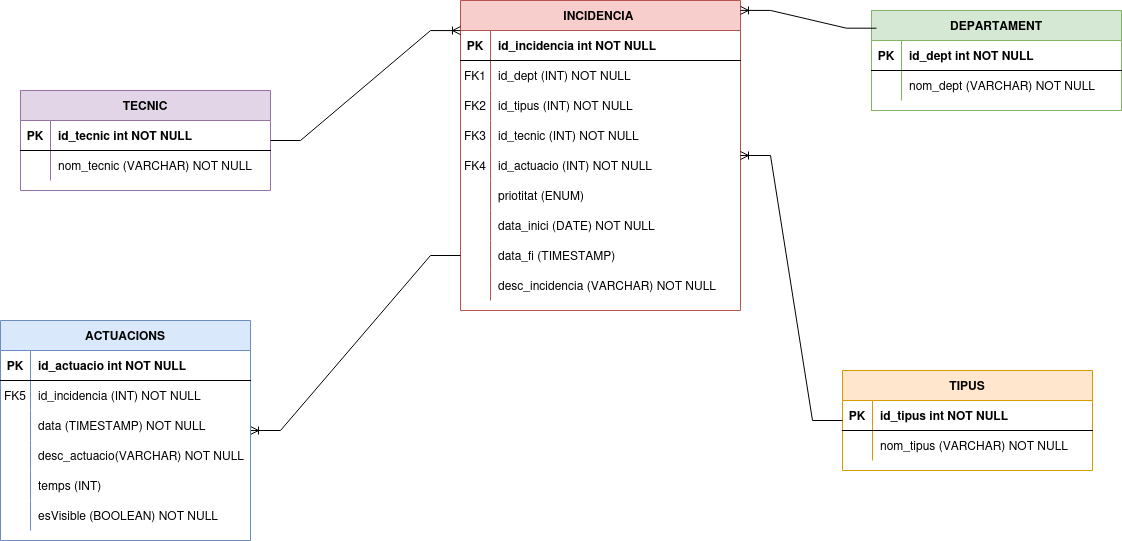
The draw.io diagram diagrames/modelER_incidencia.drawio.png in inspedralbes/projecte-1daw-25-26-daw1pj_patri_jc, before a commit. Source tidied: cells renumbered, new cells last; positions are measured from the earlier drawing's top-left corner, leaving out a move shared by most shapes.
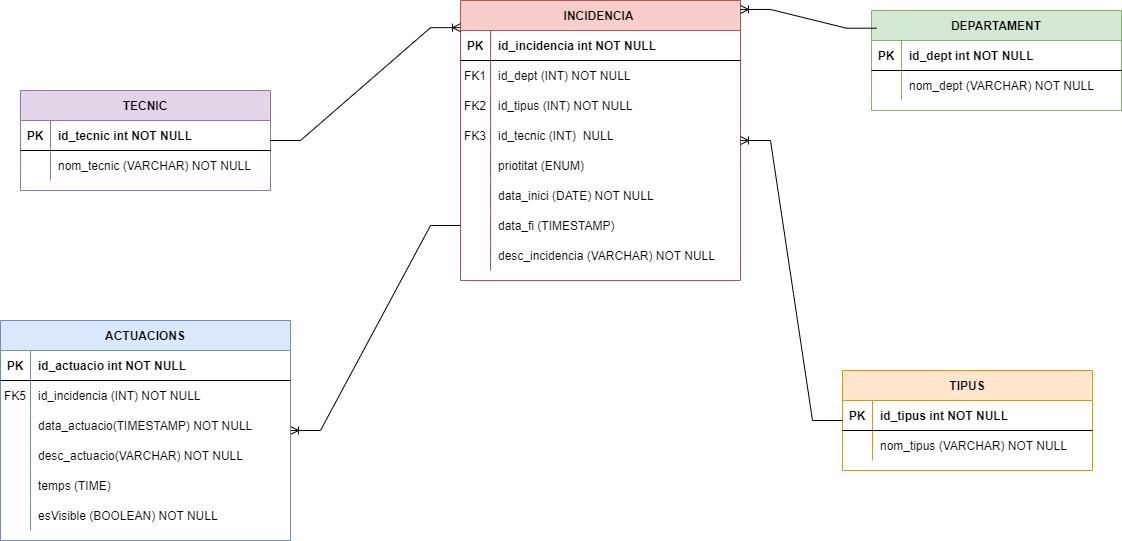
The same file after the commit.

What changed in the source:
```diff
@@ -24,7 +24,7 @@
       <mxGeometry x="30" width="220" height="30" as="geometry" />
     </mxCell>
     <mxCell id="9" value="INCIDENCIA " style="shape=table;startSize=30;rowLines=0;fontStyle=1;align=center;fillColor=#f8cecc;strokeColor=#b85450;" parent="1" vertex="1">
-      <mxGeometry x="460" width="280" height="310" as="geometry" />
+      <mxGeometry x="460" width="280" height="280" as="geometry" />
     </mxCell>
     <mxCell id="10" style="shape=partialRectangle;fillColor=none;top=0;left=0;right=0;bottom=1;" parent="9" vertex="1">
       <mxGeometry y="30" width="280" height="30" as="geometry" />
@@ -59,20 +59,11 @@
     <mxCell id="20" value="FK3" style="shape=partialRectangle;overflow=hidden;fillColor=none;top=0;left=0;bottom=0;right=0;" parent="19" vertex="1">
       <mxGeometry width="30" height="30" as="geometry" />
     </mxCell>
-    <mxCell id="21" value="id_tecnic (INT) NOT NULL" style="shape=partialRectangle;overflow=hidden;fillColor=none;top=0;left=0;bottom=0;right=0;align=left;spacingLeft=6;" parent="19" vertex="1">
+    <mxCell id="21" value="id_tecnic (INT)  NULL" style="shape=partialRectangle;overflow=hidden;fillColor=none;top=0;left=0;bottom=0;right=0;align=left;spacingLeft=6;" parent="19" vertex="1">
       <mxGeometry x="30" width="250" height="30" as="geometry" />
     </mxCell>
-    <mxCell id="22" style="shape=partialRectangle;fillColor=none;top=0;left=0;right=0;bottom=0;" parent="9" vertex="1">
-      <mxGeometry y="150" width="280" height="30" as="geometry" />
-    </mxCell>
-    <mxCell id="23" value="FK4" style="shape=partialRectangle;overflow=hidden;fillColor=none;top=0;left=0;bottom=0;right=0;" parent="22" vertex="1">
-      <mxGeometry width="30" height="30" as="geometry" />
-    </mxCell>
-    <mxCell id="24" value="id_actuacio (INT) NOT NULL" style="shape=partialRectangle;overflow=hidden;fillColor=none;top=0;left=0;bottom=0;right=0;align=left;spacingLeft=6;" parent="22" vertex="1">
-      <mxGeometry x="30" width="250" height="30" as="geometry" />
-    </mxCell>
     <mxCell id="25" style="shape=partialRectangle;fillColor=none;top=0;left=0;right=0;bottom=0;" parent="9" vertex="1">
-      <mxGeometry y="180" width="280" height="30" as="geometry" />
+      <mxGeometry y="150" width="280" height="30" as="geometry" />
     </mxCell>
     <mxCell id="26" style="shape=partialRectangle;overflow=hidden;fillColor=none;top=0;left=0;bottom=0;right=0;" parent="25" vertex="1">
       <mxGeometry width="30" height="30" as="geometry" />
@@ -81,7 +72,7 @@
       <mxGeometry x="30" width="250" height="30" as="geometry" />
     </mxCell>
     <mxCell id="28" style="shape=partialRectangle;fillColor=none;top=0;left=0;right=0;bottom=0;" parent="9" vertex="1">
-      <mxGeometry y="210" width="280" height="30" as="geometry" />
+      <mxGeometry y="180" width="280" height="30" as="geometry" />
     </mxCell>
     <mxCell id="29" style="shape=partialRectangle;overflow=hidden;fillColor=none;top=0;left=0;bottom=0;right=0;" parent="28" vertex="1">
       <mxGeometry width="30" height="30" as="geometry" />
@@ -90,7 +81,7 @@
       <mxGeometry x="30" width="250" height="30" as="geometry" />
     </mxCell>
     <mxCell id="31" style="shape=partialRectangle;fillColor=none;points=[[0,0.5],[1,0.5]];portConstraint=eastwest;top=0;left=0;right=0;bottom=0;" parent="9" vertex="1">
-      <mxGeometry y="240" width="280" height="30" as="geometry" />
+      <mxGeometry y="210" width="280" height="30" as="geometry" />
     </mxCell>
     <mxCell id="32" style="shape=partialRectangle;overflow=hidden;fillColor=none;top=0;left=0;bottom=0;right=0;" parent="31" vertex="1">
       <mxGeometry width="30" height="30" as="geometry" />
@@ -99,7 +90,7 @@
       <mxGeometry x="30" width="250" height="30" as="geometry" />
     </mxCell>
     <mxCell id="34" style="shape=partialRectangle;fillColor=none;top=0;left=0;right=0;bottom=0;" parent="9" vertex="1">
-      <mxGeometry y="270" width="280" height="30" as="geometry" />
+      <mxGeometry y="240" width="280" height="30" as="geometry" />
     </mxCell>
     <mxCell id="35" style="shape=partialRectangle;overflow=hidden;fillColor=none;top=0;left=0;bottom=0;right=0;" parent="34" vertex="1">
       <mxGeometry width="30" height="30" as="geometry" />
@@ -162,61 +153,61 @@
       <mxGeometry relative="1" as="geometry" />
     </mxCell>
     <mxCell id="55" value="ACTUACIONS" style="shape=table;startSize=30;rowLines=0;fontStyle=1;align=center;fillColor=#dae8fc;strokeColor=#6c8ebf;" parent="1" vertex="1">
-      <mxGeometry y="320" width="250" height="220" as="geometry" />
+      <mxGeometry y="320" width="290" height="220" as="geometry" />
     </mxCell>
     <mxCell id="56" style="shape=partialRectangle;fillColor=none;top=0;left=0;right=0;bottom=1;" parent="55" vertex="1">
-      <mxGeometry y="30" width="250" height="30" as="geometry" />
+      <mxGeometry y="30" width="290" height="30" as="geometry" />
     </mxCell>
     <mxCell id="57" value="PK" style="shape=partialRectangle;overflow=hidden;fillColor=none;top=0;left=0;bottom=0;right=0;fontStyle=1;" parent="56" vertex="1">
       <mxGeometry width="30" height="30" as="geometry" />
     </mxCell>
     <mxCell id="58" value="id_actuacio int NOT NULL " style="shape=partialRectangle;overflow=hidden;fillColor=none;top=0;left=0;bottom=0;right=0;align=left;spacingLeft=6;fontStyle=1;" parent="56" vertex="1">
-      <mxGeometry x="30" width="220" height="30" as="geometry" />
+      <mxGeometry x="30" width="260" height="30" as="geometry" />
     </mxCell>
     <mxCell id="59" style="shape=partialRectangle;fillColor=none;top=0;left=0;right=0;bottom=0;" parent="55" vertex="1">
-      <mxGeometry y="60" width="250" height="30" as="geometry" />
+      <mxGeometry y="60" width="290" height="30" as="geometry" />
     </mxCell>
     <mxCell id="60" value="FK5" style="shape=partialRectangle;overflow=hidden;fillColor=none;top=0;left=0;bottom=0;right=0;" parent="59" vertex="1">
       <mxGeometry width="30" height="30" as="geometry" />
     </mxCell>
     <mxCell id="61" value="id_incidencia (INT) NOT NULL" style="shape=partialRectangle;overflow=hidden;fillColor=none;top=0;left=0;bottom=0;right=0;align=left;spacingLeft=6;" parent="59" vertex="1">
-      <mxGeometry x="30" width="220" height="30" as="geometry" />
+      <mxGeometry x="30" width="260" height="30" as="geometry" />
     </mxCell>
     <mxCell id="62" style="shape=partialRectangle;fillColor=none;top=0;left=0;right=0;bottom=0;" parent="55" vertex="1">
-      <mxGeometry y="90" width="250" height="30" as="geometry" />
+      <mxGeometry y="90" width="290" height="30" as="geometry" />
     </mxCell>
     <mxCell id="63" style="shape=partialRectangle;overflow=hidden;fillColor=none;top=0;left=0;bottom=0;right=0;" parent="62" vertex="1">
       <mxGeometry width="30" height="30" as="geometry" />
     </mxCell>
-    <mxCell id="64" value="data (TIMESTAMP) NOT NULL" style="shape=partialRectangle;overflow=hidden;fillColor=none;top=0;left=0;bottom=0;right=0;align=left;spacingLeft=6;" parent="62" vertex="1">
-      <mxGeometry x="30" width="220" height="30" as="geometry" />
+    <mxCell id="64" value="data_actuacio(TIMESTAMP) NOT NULL" style="shape=partialRectangle;overflow=hidden;fillColor=none;top=0;left=0;bottom=0;right=0;align=left;spacingLeft=6;" parent="62" vertex="1">
+      <mxGeometry x="30" width="260" height="30" as="geometry" />
     </mxCell>
     <mxCell id="65" style="shape=partialRectangle;fillColor=none;top=0;left=0;right=0;bottom=0;" parent="55" vertex="1">
-      <mxGeometry y="120" width="250" height="30" as="geometry" />
+      <mxGeometry y="120" width="290" height="30" as="geometry" />
     </mxCell>
     <mxCell id="66" style="shape=partialRectangle;overflow=hidden;fillColor=none;top=0;left=0;bottom=0;right=0;" parent="65" vertex="1">
       <mxGeometry width="30" height="30" as="geometry" />
     </mxCell>
     <mxCell id="67" value="desc_actuacio(VARCHAR) NOT NULL" style="shape=partialRectangle;overflow=hidden;fillColor=none;top=0;left=0;bottom=0;right=0;align=left;spacingLeft=6;" parent="65" vertex="1">
-      <mxGeometry x="30" width="220" height="30" as="geometry" />
+      <mxGeometry x="30" width="260" height="30" as="geometry" />
     </mxCell>
     <mxCell id="68" style="shape=partialRectangle;fillColor=none;top=0;left=0;right=0;bottom=0;" parent="55" vertex="1">
-      <mxGeometry y="150" width="250" height="30" as="geometry" />
+      <mxGeometry y="150" width="290" height="30" as="geometry" />
     </mxCell>
     <mxCell id="69" style="shape=partialRectangle;overflow=hidden;fillColor=none;top=0;left=0;bottom=0;right=0;" parent="68" vertex="1">
       <mxGeometry width="30" height="30" as="geometry" />
     </mxCell>
-    <mxCell id="70" value="temps (INT) " style="shape=partialRectangle;overflow=hidden;fillColor=none;top=0;left=0;bottom=0;right=0;align=left;spacingLeft=6;" parent="68" vertex="1">
-      <mxGeometry x="30" width="220" height="30" as="geometry" />
+    <mxCell id="70" value="temps (TIME) " style="shape=partialRectangle;overflow=hidden;fillColor=none;top=0;left=0;bottom=0;right=0;align=left;spacingLeft=6;" parent="68" vertex="1">
+      <mxGeometry x="30" width="260" height="30" as="geometry" />
     </mxCell>
     <mxCell id="71" style="shape=partialRectangle;fillColor=none;top=0;left=0;right=0;bottom=0;" parent="55" vertex="1">
-      <mxGeometry y="180" width="250" height="30" as="geometry" />
+      <mxGeometry y="180" width="290" height="30" as="geometry" />
     </mxCell>
     <mxCell id="72" style="shape=partialRectangle;overflow=hidden;fillColor=none;top=0;left=0;bottom=0;right=0;" parent="71" vertex="1">
       <mxGeometry width="30" height="30" as="geometry" />
     </mxCell>
     <mxCell id="73" value="esVisible (BOOLEAN) NOT NULL" style="shape=partialRectangle;overflow=hidden;fillColor=none;top=0;left=0;bottom=0;right=0;align=left;spacingLeft=6;" parent="71" vertex="1">
-      <mxGeometry x="30" width="220" height="30" as="geometry" />
+      <mxGeometry x="30" width="260" height="30" as="geometry" />
     </mxCell>
   </root>
 </mxGraphModel>
```
